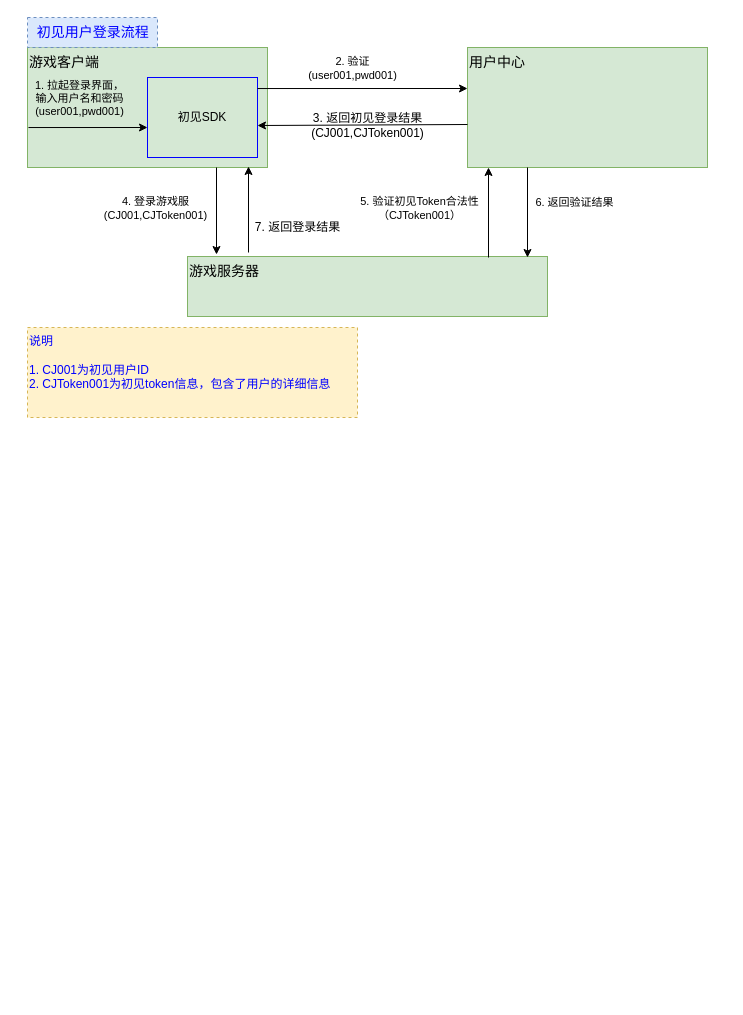
Above: 登录流程.drawio in pangqiren/diagram (draw.io), before the change. Source tidied: cells renumbered, new cells numbered last; positions are measured from the earlier drawing's top-left corner, leaving out a move shared by most shapes. Both pictures are drawn from the tidied source at 100%, with x=0, y=0 at pixel (27, 17).
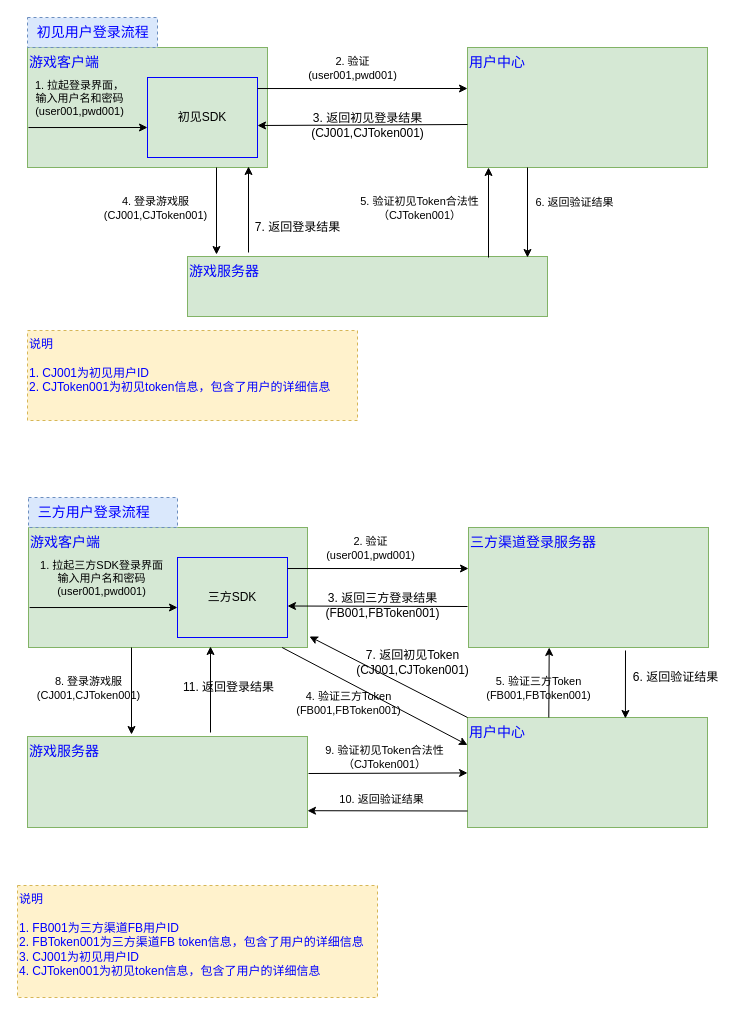
The same page after the edit.

What changed in the source:
```diff
@@
-    <mxCell id="2" value="&lt;font style=&quot;font-size: 14px&quot;&gt;游戏客户端&lt;/font&gt;" style="rounded=0;whiteSpace=wrap;html=1;align=left;verticalAlign=top;fillColor=#d5e8d4;strokeColor=#82b366;" parent="1" vertex="1">
+    <mxCell id="2" value="&lt;font style=&quot;font-size: 14px&quot; color=&quot;#0000ff&quot;&gt;游戏客户端&lt;/font&gt;" style="rounded=0;whiteSpace=wrap;html=1;align=left;verticalAlign=top;fillColor=#d5e8d4;strokeColor=#82b366;" parent="1" vertex="1">
       <mxGeometry y="30" width="240" height="120" as="geometry" />
     </mxCell>
@@
-    <mxCell id="4" value="&lt;font style=&quot;font-size: 14px&quot;&gt;用户中心&lt;/font&gt;" style="rounded=0;whiteSpace=wrap;html=1;align=left;verticalAlign=top;fillColor=#d5e8d4;strokeColor=#82b366;" parent="1" vertex="1">
+    <mxCell id="4" value="&lt;font style=&quot;font-size: 14px&quot; color=&quot;#0000ff&quot;&gt;用户中心&lt;/font&gt;" style="rounded=0;whiteSpace=wrap;html=1;align=left;verticalAlign=top;fillColor=#d5e8d4;strokeColor=#82b366;" parent="1" vertex="1">
       <mxGeometry x="440" y="30" width="240" height="120" as="geometry" />
     </mxCell>
-    <mxCell id="5" value="&lt;font style=&quot;font-size: 14px&quot;&gt;游戏服务器&lt;/font&gt;" style="rounded=0;whiteSpace=wrap;html=1;align=left;verticalAlign=top;fillColor=#d5e8d4;strokeColor=#82b366;" parent="1" vertex="1">
+    <mxCell id="5" value="&lt;font style=&quot;font-size: 14px&quot; color=&quot;#0000ff&quot;&gt;游戏服务器&lt;/font&gt;" style="rounded=0;whiteSpace=wrap;html=1;align=left;verticalAlign=top;fillColor=#d5e8d4;strokeColor=#82b366;" parent="1" vertex="1">
       <mxGeometry x="160" y="239" width="360" height="60" as="geometry" />
     </mxCell>
@@
     <mxCell id="21" value="&lt;font color=&quot;#0000ff&quot;&gt;说明&lt;br&gt;&lt;br&gt;1. CJ001为初见用户ID&lt;br&gt;2. CJToken001为初见token信息，包含了用户的详细信息&amp;nbsp;&lt;/font&gt;" style="rounded=0;whiteSpace=wrap;html=1;dashed=1;labelBackgroundColor=none;strokeColor=#d6b656;align=left;verticalAlign=top;fillColor=#fff2cc;" parent="1" vertex="1">
-      <mxGeometry y="310" width="330" height="90" as="geometry" />
+      <mxGeometry y="313" width="330" height="90" as="geometry" />
     </mxCell>
+    <mxCell id="22" value="&lt;font style=&quot;font-size: 14px&quot; color=&quot;#0000ff&quot;&gt;游戏客户端&lt;/font&gt;" style="rounded=0;whiteSpace=wrap;html=1;align=left;verticalAlign=top;fillColor=#d5e8d4;strokeColor=#82b366;" parent="1" vertex="1">
+      <mxGeometry x="1" y="510" width="279" height="120" as="geometry" />
+    </mxCell>
+    <mxCell id="23" value="三方SDK" style="rounded=0;whiteSpace=wrap;html=1;align=center;fillColor=#d5e8d4;strokeColor=#0000FF;" parent="1" vertex="1">
+      <mxGeometry x="150" y="540" width="110" height="80" as="geometry" />
+    </mxCell>
+    <mxCell id="24" value="&lt;font style=&quot;font-size: 14px&quot; color=&quot;#0000ff&quot;&gt;三方渠道登录服务器&lt;/font&gt;" style="rounded=0;whiteSpace=wrap;html=1;align=left;verticalAlign=top;fillColor=#d5e8d4;strokeColor=#82b366;" parent="1" vertex="1">
+      <mxGeometry x="441" y="510" width="240" height="120" as="geometry" />
+    </mxCell>
+    <mxCell id="25" value="&lt;font style=&quot;font-size: 14px&quot; color=&quot;#0000ff&quot;&gt;用户中心&lt;/font&gt;" style="rounded=0;whiteSpace=wrap;html=1;align=left;verticalAlign=top;fillColor=#d5e8d4;strokeColor=#82b366;" parent="1" vertex="1">
+      <mxGeometry x="440" y="700" width="240" height="110" as="geometry" />
+    </mxCell>
+    <mxCell id="26" style="endArrow=classic;html=1;entryX=0;entryY=0.5;entryDx=0;entryDy=0;exitX=1;exitY=0.138;exitDx=0;exitDy=0;exitPerimeter=0;" parent="1" edge="1" source="23">
+      <mxGeometry relative="1" as="geometry">
+        <mxPoint x="441" y="551" as="targetPoint" />
+      </mxGeometry>
+    </mxCell>
+    <mxCell id="27" value="2. 验证&lt;br&gt;(user001,pwd001)" style="edgeLabel;html=1;align=center;verticalAlign=middle;labelBackgroundColor=none;" parent="26" vertex="1">
+      <mxGeometry x="-0.13" y="-3" relative="1" as="geometry">
+        <mxPoint x="3" y="-24" as="offset" />
+      </mxGeometry>
+    </mxCell>
+    <mxCell id="28" style="endArrow=classic;html=1;" parent="1" edge="1">
+      <mxGeometry relative="1" as="geometry">
+        <mxPoint x="440" y="589" as="sourcePoint" />
+        <mxPoint x="260" y="588.5" as="targetPoint" />
+      </mxGeometry>
+    </mxCell>
+    <mxCell id="29" value="3. 返回三方登录结果&lt;br&gt;(FB001,FBToken001)" style="text;html=1;align=center;verticalAlign=middle;" parent="1" vertex="1">
+      <mxGeometry x="290" y="573" width="130" height="30" as="geometry" />
+    </mxCell>
+    <mxCell id="30" style="endArrow=classic;html=1;labelBackgroundColor=none;jumpStyle=none;exitX=0.004;exitY=0.667;exitDx=0;exitDy=0;exitPerimeter=0;" parent="1" edge="1" source="22">
+      <mxGeometry relative="1" as="geometry">
+        <mxPoint x="150" y="590" as="targetPoint" />
+      </mxGeometry>
+    </mxCell>
+    <mxCell id="31" value="1. 拉起三方SDK登录界面&lt;br&gt;输入用户名和密码&lt;br&gt;(user001,pwd001)" style="edgeLabel;html=1;align=center;verticalAlign=middle;labelBackgroundColor=none;" parent="30" vertex="1">
+      <mxGeometry x="-0.23" y="1" relative="1" as="geometry">
+        <mxPoint x="14" y="-29" as="offset" />
+      </mxGeometry>
+    </mxCell>
+    <mxCell id="32" style="endArrow=classic;html=1;labelBackgroundColor=none;" parent="1" edge="1">
+      <mxGeometry relative="1" as="geometry">
+        <mxPoint x="104" y="630" as="sourcePoint" />
+        <mxPoint x="104" y="717" as="targetPoint" />
+      </mxGeometry>
+    </mxCell>
+    <mxCell id="33" value="4. 验证三方Token&lt;br&gt;(FB001,FBToken001)" style="edgeLabel;html=1;align=center;verticalAlign=middle;labelBackgroundColor=none;" parent="32" vertex="1">
+      <mxGeometry x="-0.29" y="4" relative="1" as="geometry">
+        <mxPoint x="212" y="24" as="offset" />
+      </mxGeometry>
+    </mxCell>
+    <mxCell id="34" style="endArrow=classic;html=1;labelBackgroundColor=none;" parent="1" edge="1" target="25">
+      <mxGeometry relative="1" as="geometry">
+        <mxPoint x="281" y="756" as="sourcePoint" />
+      </mxGeometry>
+    </mxCell>
+    <mxCell id="35" value="9. 验证初见Token合法性&lt;br&gt;（CJToken001）" style="edgeLabel;html=1;align=center;verticalAlign=middle;labelBackgroundColor=none;" parent="34" vertex="1">
+      <mxGeometry x="0.24" y="1" relative="1" as="geometry">
+        <mxPoint x="-23" y="-15" as="offset" />
+      </mxGeometry>
+    </mxCell>
+    <mxCell id="36" style="endArrow=classic;html=1;labelBackgroundColor=none;exitX=0;exitY=0.75;exitDx=0;exitDy=0;entryX=1;entryY=0.75;entryDx=0;entryDy=0;" parent="1" edge="1">
+      <mxGeometry relative="1" as="geometry">
+        <mxPoint x="440" y="793.5" as="sourcePoint" />
+        <mxPoint x="280" y="793.2" as="targetPoint" />
+      </mxGeometry>
+    </mxCell>
+    <mxCell id="37" value="10. 返回验证结果" style="edgeLabel;html=1;align=center;verticalAlign=middle;labelBackgroundColor=none;" parent="36" vertex="1">
+      <mxGeometry x="-0.24" y="5" relative="1" as="geometry">
+        <mxPoint x="-25" y="-16.4" as="offset" />
+      </mxGeometry>
+    </mxCell>
+    <mxCell id="38" style="endArrow=classic;html=1;labelBackgroundColor=none;entryX=0.871;entryY=1.025;entryDx=0;entryDy=0;entryPerimeter=0;" parent="1" edge="1">
+      <mxGeometry relative="1" as="geometry">
+        <mxPoint x="183" y="715" as="sourcePoint" />
+        <mxPoint x="183" y="629" as="targetPoint" />
+      </mxGeometry>
+    </mxCell>
+    <mxCell id="39" value="7. 返回初见Token&lt;br&gt;(CJ001,CJToken001)" style="text;html=1;align=center;verticalAlign=middle;" parent="1" vertex="1">
+      <mxGeometry x="320" y="630" width="130" height="30" as="geometry" />
+    </mxCell>
+    <mxCell id="40" value="&lt;font color=&quot;#0000ff&quot; style=&quot;font-size: 14px&quot;&gt;&amp;nbsp; 三方用户登录流程&lt;/font&gt;" style="rounded=0;whiteSpace=wrap;html=1;labelBackgroundColor=none;align=left;fillColor=#dae8fc;strokeColor=#6c8ebf;dashed=1;" parent="1" vertex="1">
+      <mxGeometry x="1" y="480" width="149" height="30" as="geometry" />
+    </mxCell>
+    <mxCell id="41" value="&lt;font color=&quot;#0000ff&quot;&gt;说明&lt;br&gt;&lt;br&gt;1. FB001为三方渠道FB用户ID&lt;br&gt;2. FBToken001为三方渠道FB token信息，包含了用户的详细信息&amp;nbsp;&lt;br&gt;&lt;/font&gt;&lt;span style=&quot;color: rgb(0 , 0 , 255)&quot;&gt;3. CJ001为初见用户ID&lt;/span&gt;&lt;br style=&quot;color: rgb(0 , 0 , 255)&quot;&gt;&lt;span style=&quot;color: rgb(0 , 0 , 255)&quot;&gt;4. CJToken001为初见token信息，包含了用户的详细信息&amp;nbsp;&lt;/span&gt;&lt;font color=&quot;#0000ff&quot;&gt;&lt;br&gt;&lt;/font&gt;" style="rounded=0;whiteSpace=wrap;html=1;dashed=1;labelBackgroundColor=none;strokeColor=#d6b656;align=left;verticalAlign=top;fillColor=#fff2cc;" parent="1" vertex="1">
+      <mxGeometry x="-10" y="868" width="360" height="112" as="geometry" />
+    </mxCell>
+    <mxCell id="42" value="&lt;font color=&quot;#0000ff&quot;&gt;&lt;span style=&quot;font-size: 14px&quot;&gt;游戏服务器&lt;/span&gt;&lt;/font&gt;" style="rounded=0;whiteSpace=wrap;html=1;align=left;verticalAlign=top;fillColor=#d5e8d4;strokeColor=#82b366;" parent="1" vertex="1">
+      <mxGeometry y="719" width="280" height="91" as="geometry" />
+    </mxCell>
+    <mxCell id="43" style="endArrow=classic;html=1;labelBackgroundColor=none;entryX=0;entryY=0.25;entryDx=0;entryDy=0;" parent="1" edge="1" source="22" target="25">
+      <mxGeometry relative="1" as="geometry" />
+    </mxCell>
+    <mxCell id="44" style="endArrow=classic;html=1;labelBackgroundColor=none;entryX=1.007;entryY=0.908;entryDx=0;entryDy=0;entryPerimeter=0;exitX=0;exitY=0;exitDx=0;exitDy=0;" parent="1" edge="1" source="25" target="22">
+      <mxGeometry relative="1" as="geometry" />
+    </mxCell>
+    <mxCell id="45" style="endArrow=classic;html=1;labelBackgroundColor=none;" parent="1" edge="1">
+      <mxGeometry relative="1" as="geometry">
+        <mxPoint x="521.3" y="700" as="sourcePoint" />
+        <mxPoint x="521.7" y="630" as="targetPoint" />
+      </mxGeometry>
+    </mxCell>
+    <mxCell id="46" style="endArrow=classic;html=1;labelBackgroundColor=none;entryX=0.658;entryY=0.009;entryDx=0;entryDy=0;entryPerimeter=0;" parent="1" edge="1" target="25">
+      <mxGeometry relative="1" as="geometry">
+        <mxPoint x="598" y="633" as="sourcePoint" />
+      </mxGeometry>
+    </mxCell>
+    <mxCell id="47" value="5. 验证三方Token&lt;br&gt;(FB001,FBToken001)" style="edgeLabel;html=1;align=center;verticalAlign=middle;labelBackgroundColor=none;" parent="1" vertex="1">
+      <mxGeometry x="510" y="670" as="geometry" />
+    </mxCell>
+    <mxCell id="48" value="6. 返回验证结果" style="text;html=1;align=center;verticalAlign=middle;" parent="1" vertex="1">
+      <mxGeometry x="598" y="650" width="100" height="20" as="geometry" />
+    </mxCell>
+    <mxCell id="49" value="8. 登录游戏服&lt;br&gt;(CJ001,CJToken001)" style="edgeLabel;html=1;align=center;verticalAlign=middle;labelBackgroundColor=none;" parent="1" vertex="1">
+      <mxGeometry x="60" y="670" as="geometry" />
+    </mxCell>
+    <mxCell id="50" value="11. 返回登录结果" style="text;html=1;align=center;verticalAlign=middle;" parent="1" vertex="1">
+      <mxGeometry x="146" y="660" width="110" height="20" as="geometry" />
+    </mxCell>
```
